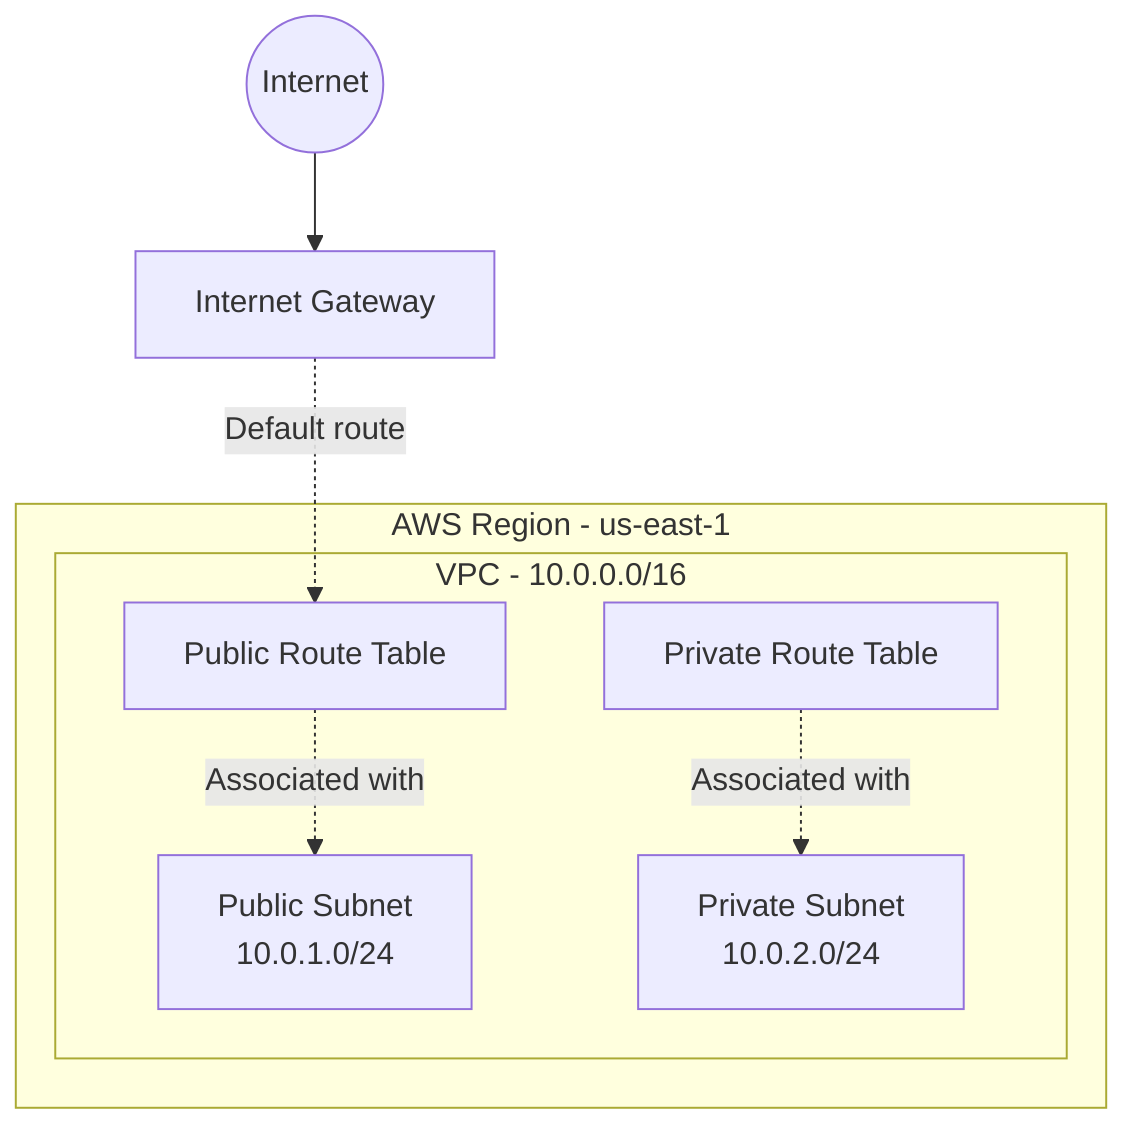
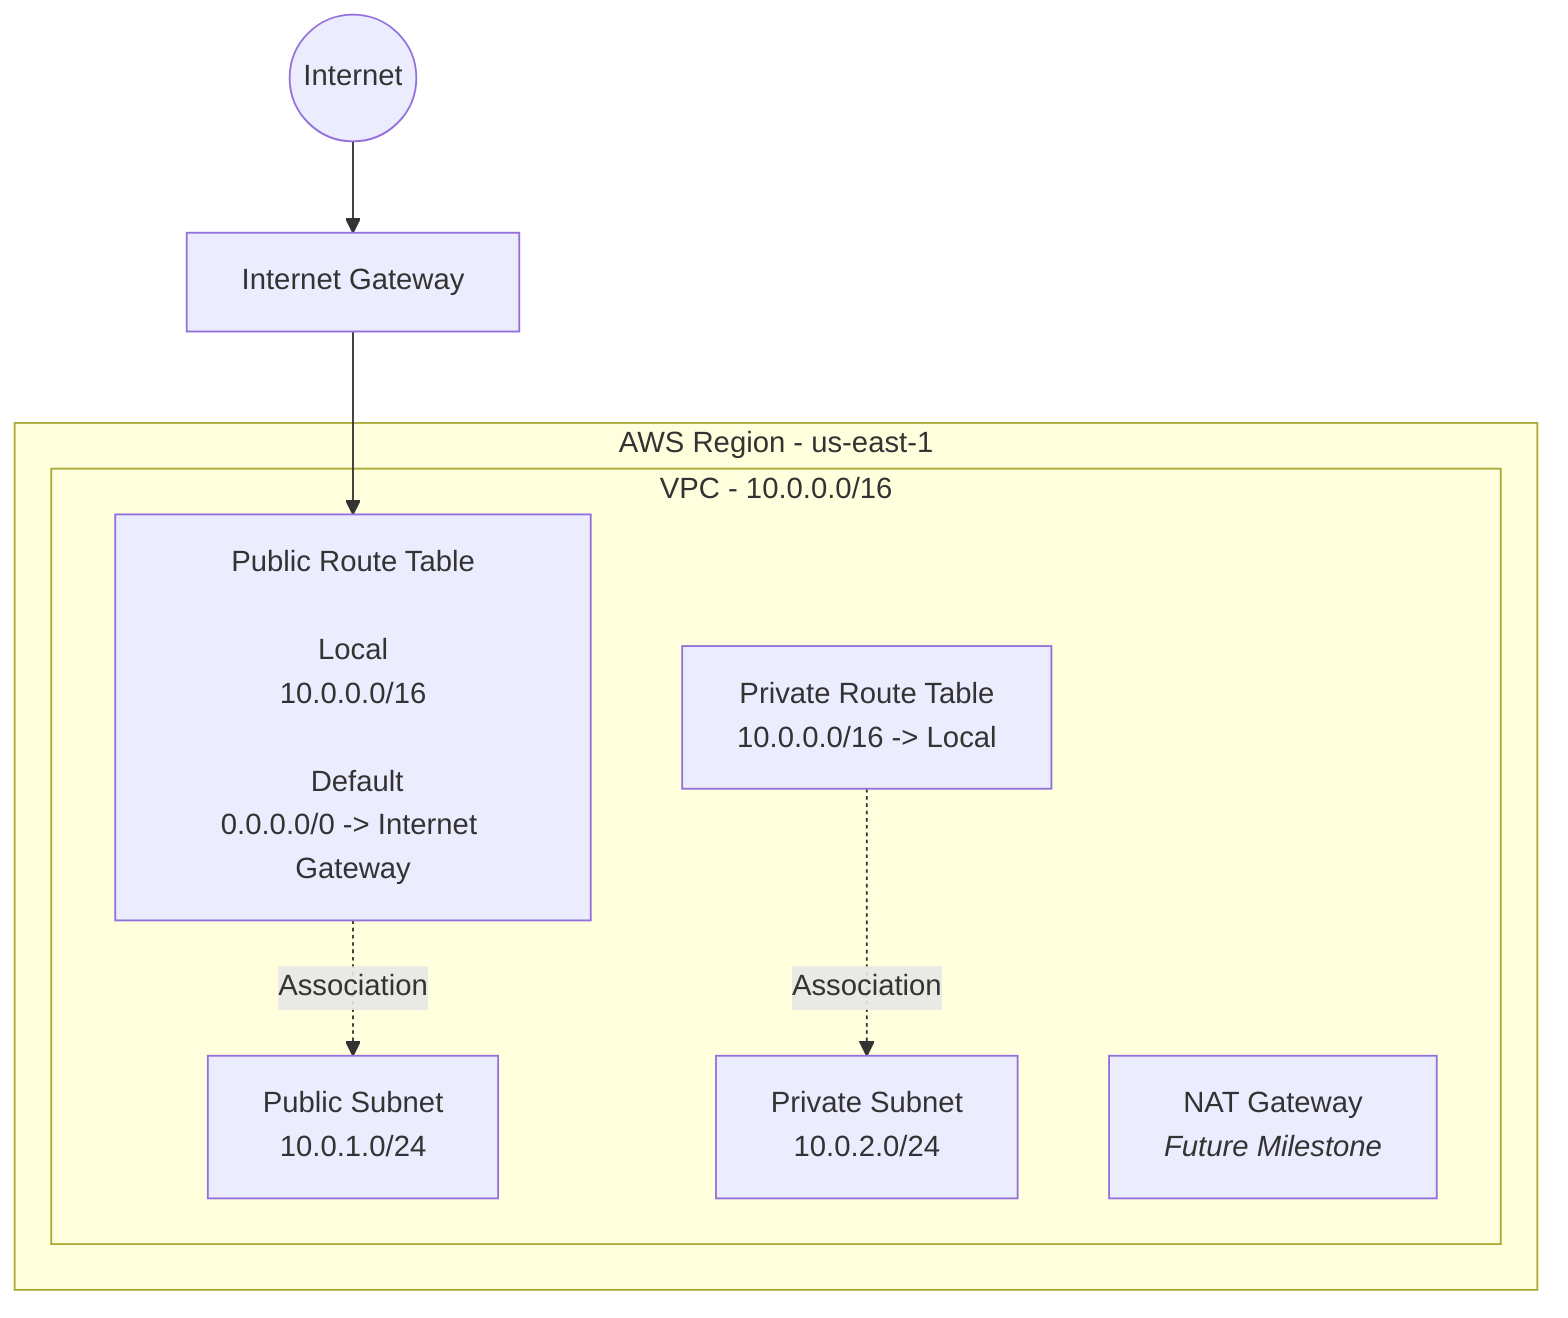
flowchart TB

%% =============================================================================
%% Cloud Architect Lab
%% CAL-001 - AWS Networking Foundations
%% =============================================================================
%% Milestone: CAL-001.02
%% Title: Route Tables
%% =============================================================================
%% What changed:
- %% • Updated to Mermaid flowchart syntax for improved compatibility.
- %% • Added public route table.
- %% • Added private route table.
- %% • Associated route tables with subnets.
+ %% • Added public and private route tables.
+ %% • Added explicit subnet-to-route-table associations.
+ %% • Documented the VPC local route.
+ %% • Documented the public default route to the Internet Gateway.
+ %% • Added a future NAT Gateway placeholder.
%% =============================================================================
- 
- %% ==========
- %% External
- %% ==========
- 

Internet((Internet))

- %% ==========
- %% Edge
- %% ==========
- 
IGW["Internet Gateway"]
- 
- %% ==========
- %% AWS Region
- %% ==========

subgraph AWS["AWS Region - us-east-1"]

- subgraph VPC["VPC - 10.0.0.0/16"]
+     subgraph VPC["VPC - 10.0.0.0/16"]

-     PublicRT["Public Route Table"]
-     PrivateRT["Private Route Table"]
+         PublicRT["Public Route Table<br/><br/>Local<br/>10.0.0.0/16<br/><br/> Default<br/>0.0.0.0/0 -> Internet Gateway"]

-     Public["Public Subnet<br/>10.0.1.0/24"]
-     Private["Private Subnet<br/>10.0.2.0/24"]
+         PrivateRT["Private Route Table<br/>10.0.0.0/16 -> Local"]
+ 
+         Public["Public Subnet<br/>10.0.1.0/24"]
+ 
+         Private["Private Subnet<br/>10.0.2.0/24"]
+ 
+         NAT["NAT Gateway<br/><i>Future Milestone</i>"]
+ 
    end
end

- %% ==========
- %% Connectivity and Routing
- %% ==========
+ Internet --> IGW
+ IGW --> PublicRT

- Internet --> IGW
- IGW -. "Default route" .-> PublicRT
- PublicRT -. "Associated with" .-> Public
- PrivateRT -. "Associated with" .-> Private+ PublicRT -. "Association" .-> Public
+ PrivateRT -. "Association" .-> Private